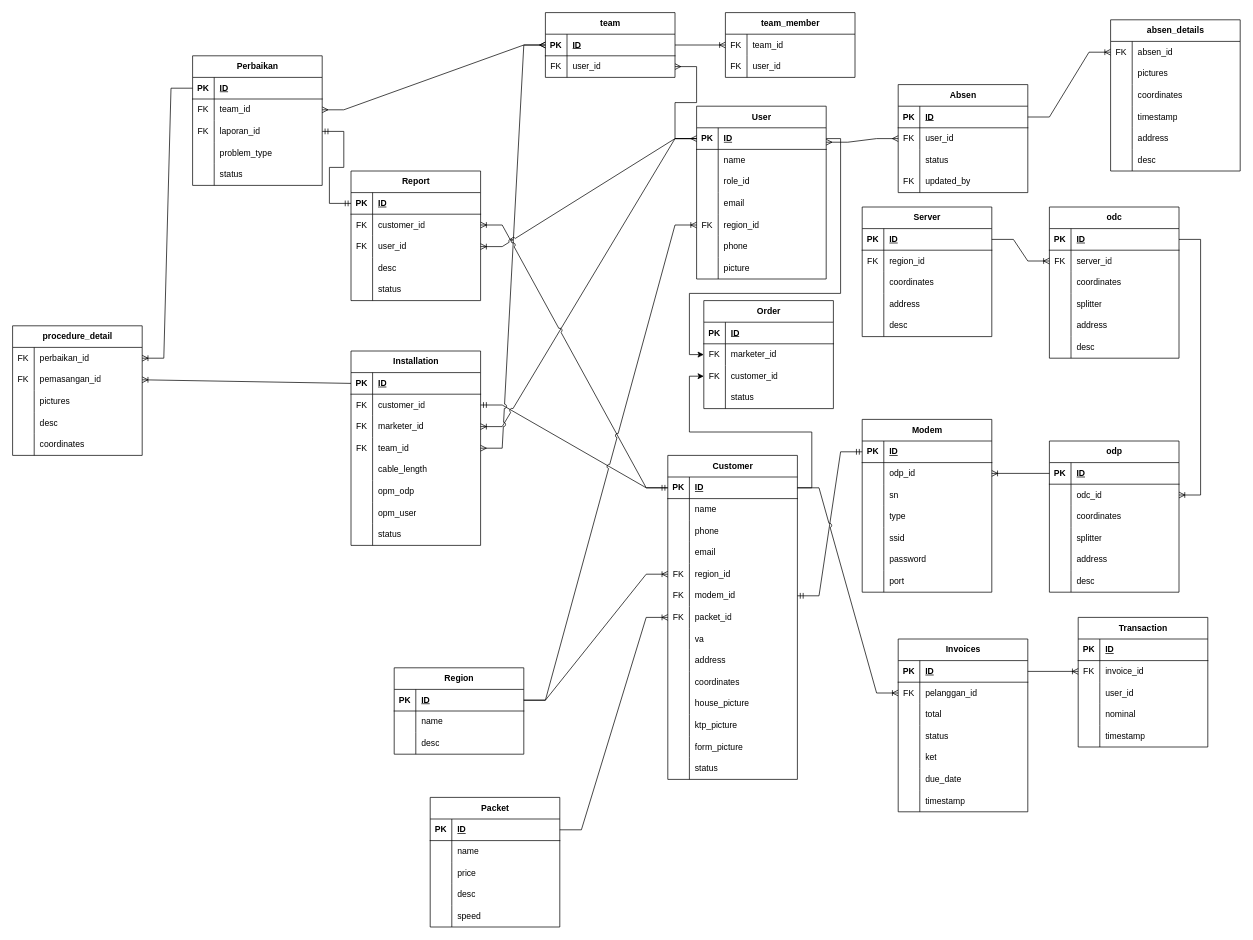
This is Untitled Diagram.drawio from muhamadArdalepa/big-diagrams, a draw.io file, before an edit. Source tidied: cells renumbered, new cells numbered last; positions are measured from the earlier drawing's top-left corner, leaving out a move shared by most shapes. Both pictures are drawn from the tidied source at 72%, with x=0, y=0 at pixel (12, 12).
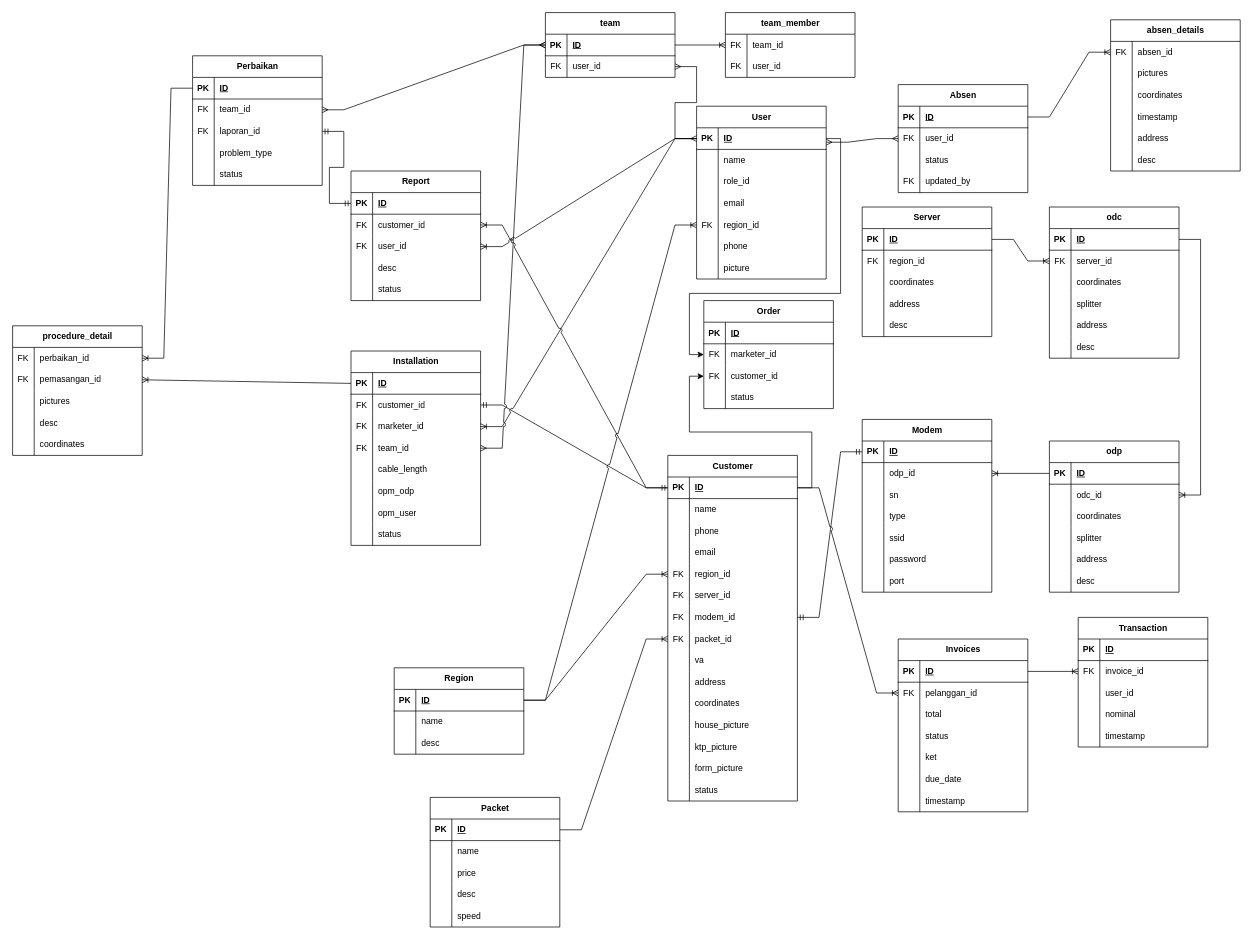
After the change.

The edit, as a diff of the source:
```diff
@@
     <mxCell id="66" value="Customer" style="shape=table;startSize=30;childLayout=tableLayout;rowLines=0;fontStyle=1;align=center;html=1;" parent="1" vertex="1">
-      <mxGeometry x="910" y="615" width="180" height="450" as="geometry" />
+      <mxGeometry x="910" y="615" width="180" height="480" as="geometry" />
     </mxCell>
@@
+    <mxCell id="364" style="shape=tableRow;horizontal=0;startSize=0;swimlaneHead=0;swimlaneBody=0;fillColor=none;top=0;left=0;right=0;bottom=0;" parent="66" vertex="1">
+      <mxGeometry y="180" width="180" height="30" as="geometry" />
+    </mxCell>
+    <mxCell id="365" value="FK" style="shape=partialRectangle;fillColor=none;top=0;left=0;bottom=0;right=0;overflow=hidden;whiteSpace=wrap;html=1;" parent="364" vertex="1">
+      <mxGeometry width="30" height="30" as="geometry" />
+    </mxCell>
+    <mxCell id="366" value="server_id" style="shape=partialRectangle;fillColor=none;top=0;left=0;bottom=0;right=0;align=left;spacingLeft=6;overflow=hidden;whiteSpace=wrap;html=1;" parent="364" vertex="1">
+      <mxGeometry x="30" width="150" height="30" as="geometry" />
+    </mxCell>
     <mxCell id="82" style="shape=tableRow;horizontal=0;startSize=0;swimlaneHead=0;swimlaneBody=0;fillColor=none;points=[[0,0.5],[1,0.5]];portConstraint=eastwest;top=0;left=0;right=0;bottom=0;" parent="66" vertex="1">
-      <mxGeometry y="180" width="180" height="30" as="geometry" />
+      <mxGeometry y="210" width="180" height="30" as="geometry" />
     </mxCell>
@@
     <mxCell id="85" style="shape=tableRow;horizontal=0;startSize=0;swimlaneHead=0;swimlaneBody=0;fillColor=none;points=[[0,0.5],[1,0.5]];portConstraint=eastwest;top=0;left=0;right=0;bottom=0;" parent="66" vertex="1">
-      <mxGeometry y="210" width="180" height="30" as="geometry" />
+      <mxGeometry y="240" width="180" height="30" as="geometry" />
     </mxCell>
@@
     <mxCell id="88" style="shape=tableRow;horizontal=0;startSize=0;swimlaneHead=0;swimlaneBody=0;fillColor=none;top=0;left=0;right=0;bottom=0;" parent="66" vertex="1">
-      <mxGeometry y="240" width="180" height="30" as="geometry" />
+      <mxGeometry y="270" width="180" height="30" as="geometry" />
     </mxCell>
@@
     <mxCell id="91" style="shape=tableRow;horizontal=0;startSize=0;swimlaneHead=0;swimlaneBody=0;fillColor=none;top=0;left=0;right=0;bottom=0;" parent="66" vertex="1">
-      <mxGeometry y="270" width="180" height="30" as="geometry" />
+      <mxGeometry y="300" width="180" height="30" as="geometry" />
     </mxCell>
@@
     <mxCell id="94" style="shape=tableRow;horizontal=0;startSize=0;swimlaneHead=0;swimlaneBody=0;fillColor=none;top=0;left=0;right=0;bottom=0;" parent="66" vertex="1">
-      <mxGeometry y="300" width="180" height="30" as="geometry" />
+      <mxGeometry y="330" width="180" height="30" as="geometry" />
     </mxCell>
@@
     <mxCell id="97" style="shape=tableRow;horizontal=0;startSize=0;swimlaneHead=0;swimlaneBody=0;fillColor=none;top=0;left=0;right=0;bottom=0;" parent="66" vertex="1">
-      <mxGeometry y="330" width="180" height="30" as="geometry" />
+      <mxGeometry y="360" width="180" height="30" as="geometry" />
     </mxCell>
@@
     <mxCell id="100" style="shape=tableRow;horizontal=0;startSize=0;swimlaneHead=0;swimlaneBody=0;fillColor=none;top=0;left=0;right=0;bottom=0;" parent="66" vertex="1">
-      <mxGeometry y="360" width="180" height="30" as="geometry" />
+      <mxGeometry y="390" width="180" height="30" as="geometry" />
     </mxCell>
@@
     <mxCell id="103" style="shape=tableRow;horizontal=0;startSize=0;swimlaneHead=0;swimlaneBody=0;fillColor=none;top=0;left=0;right=0;bottom=0;" parent="66" vertex="1">
-      <mxGeometry y="390" width="180" height="30" as="geometry" />
+      <mxGeometry y="420" width="180" height="30" as="geometry" />
     </mxCell>
@@
     <mxCell id="106" style="shape=tableRow;horizontal=0;startSize=0;swimlaneHead=0;swimlaneBody=0;fillColor=none;top=0;left=0;right=0;bottom=0;" parent="66" vertex="1">
-      <mxGeometry y="420" width="180" height="30" as="geometry" />
+      <mxGeometry y="450" width="180" height="30" as="geometry" />
     </mxCell>
```
